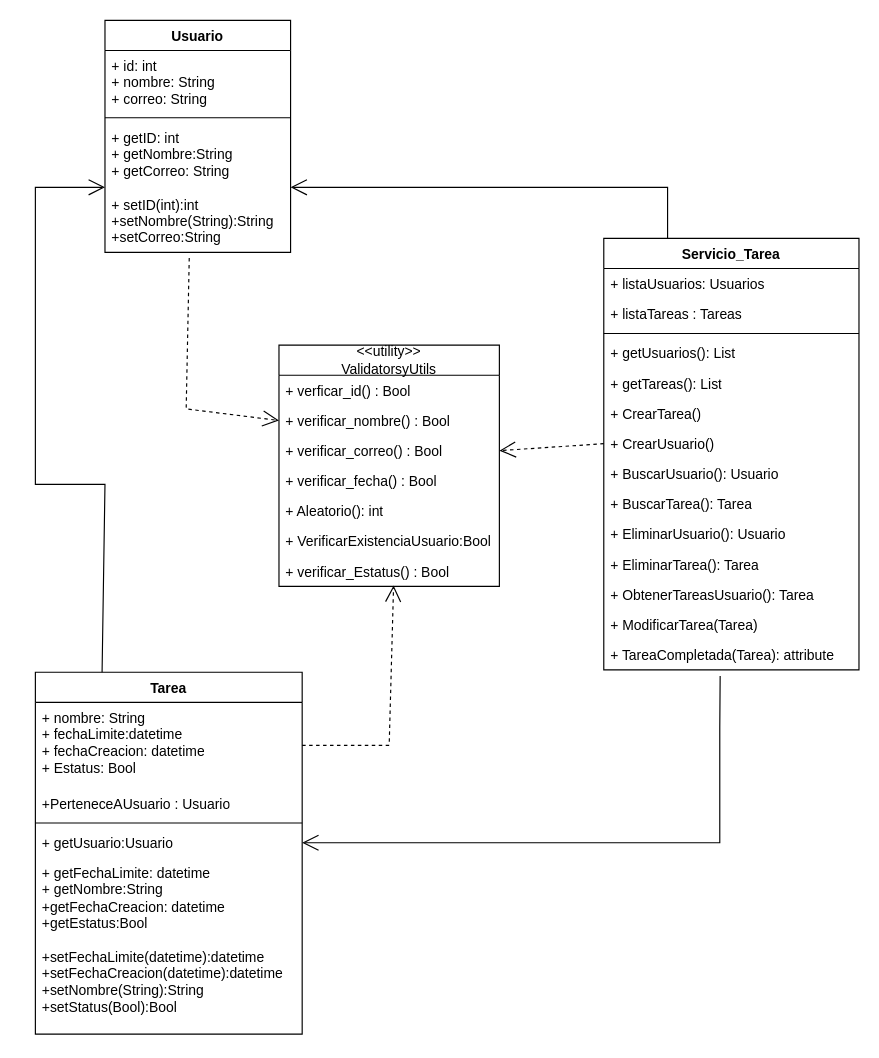
This is EnvYDocker/TaskManager/UMLTask.drawio from Sergio09XJ/Python-Intermedio-Avanzado, a draw.io file, before an edit. Source tidied: cells renumbered, new cells numbered last; positions are measured from the earlier drawing's top-left corner, leaving out a move shared by most shapes. Both pictures are drawn from the tidied source at 116%, with x=0, y=0 at pixel (35, 20).
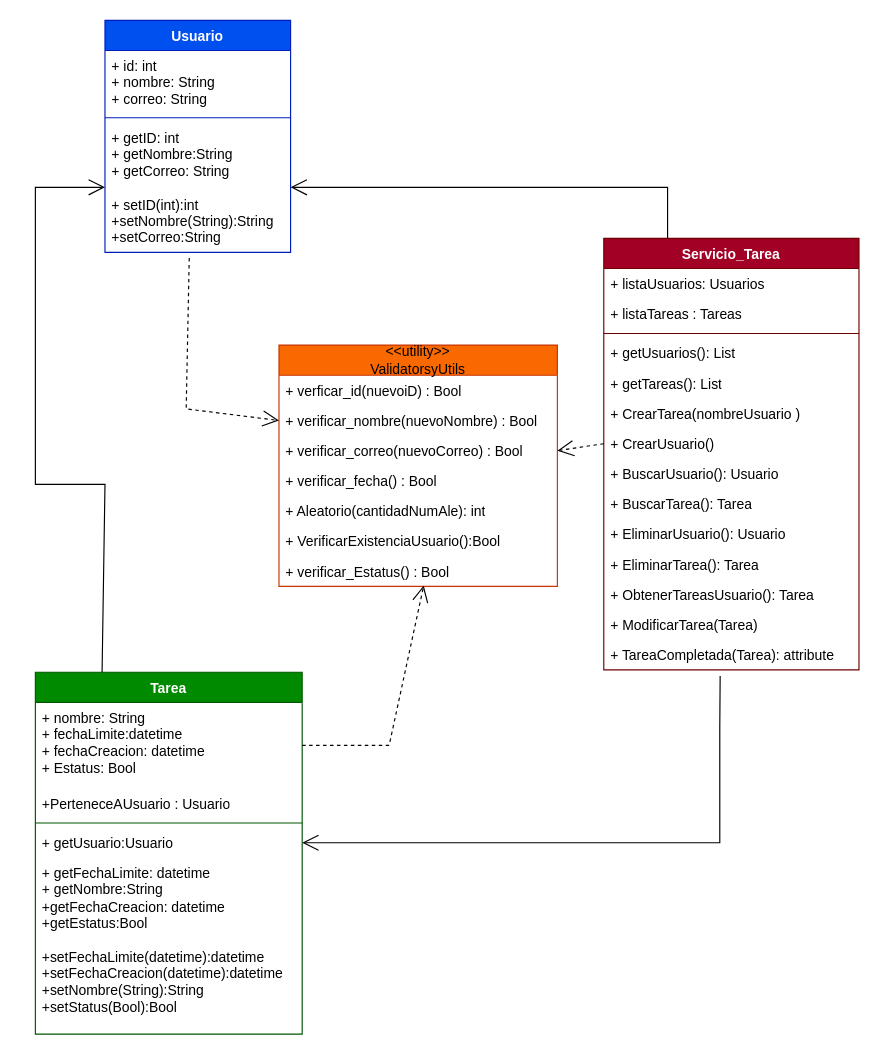
After the change.

Diff of the diagram source:
```diff
@@
-    <mxCell id="2" value="Usuario" style="swimlane;fontStyle=1;align=center;verticalAlign=top;horizontal=1;startSize=26;whiteSpace=wrap;html=1;" parent="1" vertex="1">
+    <mxCell id="2" value="Usuario" style="swimlane;fontStyle=1;align=center;verticalAlign=top;horizontal=1;startSize=26;whiteSpace=wrap;html=1;fillColor=#0050ef;fontColor=#ffffff;strokeColor=#001DBC;" parent="1" vertex="1">
       <mxGeometry x="60" width="160" height="200" as="geometry" />
     </mxCell>
@@
-    <mxCell id="6" value="Tarea" style="swimlane;fontStyle=1;align=center;verticalAlign=top;horizontal=1;startSize=26;whiteSpace=wrap;html=1;" parent="1" vertex="1">
+    <mxCell id="6" value="Tarea" style="swimlane;fontStyle=1;align=center;verticalAlign=top;horizontal=1;startSize=26;whiteSpace=wrap;html=1;fillColor=#008a00;fontColor=#ffffff;strokeColor=#005700;" parent="1" vertex="1">
       <mxGeometry y="562" width="230" height="312" as="geometry" />
     </mxCell>
@@
-    <mxCell id="12" value="&lt;div&gt;&amp;lt;&amp;lt;utility&amp;gt;&amp;gt;&lt;/div&gt;ValidatorsyUtils" style="swimlane;fontStyle=0;horizontal=1;startSize=26;fillColor=none;whiteSpace=wrap;html=1;" parent="1" vertex="1">
-      <mxGeometry x="210" y="280" width="190" height="208" as="geometry" />
+    <mxCell id="12" value="&lt;div&gt;&amp;lt;&amp;lt;utility&amp;gt;&amp;gt;&lt;/div&gt;ValidatorsyUtils" style="swimlane;fontStyle=0;horizontal=1;startSize=26;fillColor=#fa6800;whiteSpace=wrap;html=1;fontColor=#000000;strokeColor=#C73500;" parent="1" vertex="1">
+      <mxGeometry x="210" y="280" width="240" height="208" as="geometry" />
     </mxCell>
-    <mxCell id="13" value="+ verficar_id() : Bool" style="text;strokeColor=none;fillColor=none;align=left;verticalAlign=top;spacingLeft=4;spacingRight=4;overflow=hidden;whiteSpace=wrap;html=1;" parent="12" vertex="1">
-      <mxGeometry y="26" width="190" height="26" as="geometry" />
+    <mxCell id="13" value="+ verficar_id(nuevoiD) : Bool" style="text;strokeColor=none;fillColor=none;align=left;verticalAlign=top;spacingLeft=4;spacingRight=4;overflow=hidden;whiteSpace=wrap;html=1;" parent="12" vertex="1">
+      <mxGeometry y="26" width="240" height="26" as="geometry" />
     </mxCell>
-    <mxCell id="14" value="+ verificar_nombre() : Bool" style="text;strokeColor=none;fillColor=none;align=left;verticalAlign=top;spacingLeft=4;spacingRight=4;overflow=hidden;points=[[0,0.5],[1,0.5]];portConstraint=eastwest;whiteSpace=wrap;html=1;" parent="12" vertex="1">
-      <mxGeometry y="52" width="190" height="26" as="geometry" />
+    <mxCell id="14" value="+ verificar_nombre(nuevoNombre) : Bool" style="text;strokeColor=none;fillColor=none;align=left;verticalAlign=top;spacingLeft=4;spacingRight=4;overflow=hidden;points=[[0,0.5],[1,0.5]];portConstraint=eastwest;whiteSpace=wrap;html=1;" parent="12" vertex="1">
+      <mxGeometry y="52" width="240" height="26" as="geometry" />
     </mxCell>
-    <mxCell id="15" value="+ verificar_correo() : Bool" style="text;strokeColor=none;fillColor=none;align=left;verticalAlign=top;spacingLeft=4;spacingRight=4;overflow=hidden;points=[[0,0.5],[1,0.5]];portConstraint=eastwest;whiteSpace=wrap;html=1;" parent="12" vertex="1">
-      <mxGeometry y="78" width="190" height="26" as="geometry" />
+    <mxCell id="15" value="+ verificar_correo(nuevoCorreo) : Bool" style="text;strokeColor=none;fillColor=none;align=left;verticalAlign=top;spacingLeft=4;spacingRight=4;overflow=hidden;points=[[0,0.5],[1,0.5]];portConstraint=eastwest;whiteSpace=wrap;html=1;" parent="12" vertex="1">
+      <mxGeometry y="78" width="240" height="26" as="geometry" />
     </mxCell>
     <mxCell id="16" value="+ verificar_fecha() : Bool" style="text;strokeColor=none;fillColor=none;align=left;verticalAlign=top;spacingLeft=4;spacingRight=4;overflow=hidden;whiteSpace=wrap;html=1;" parent="12" vertex="1">
-      <mxGeometry y="104" width="190" height="26" as="geometry" />
+      <mxGeometry y="104" width="240" height="26" as="geometry" />
     </mxCell>
-    <mxCell id="17" value="+ Aleatorio(): int" style="text;strokeColor=none;fillColor=none;align=left;verticalAlign=top;spacingLeft=4;spacingRight=4;overflow=hidden;whiteSpace=wrap;html=1;" parent="12" vertex="1">
-      <mxGeometry y="130" width="190" height="26" as="geometry" />
+    <mxCell id="17" value="+ Aleatorio(cantidadNumAle): int" style="text;strokeColor=none;fillColor=none;align=left;verticalAlign=top;spacingLeft=4;spacingRight=4;overflow=hidden;whiteSpace=wrap;html=1;" parent="12" vertex="1">
+      <mxGeometry y="130" width="240" height="26" as="geometry" />
     </mxCell>
-    <mxCell id="18" value="+ VerificarExistenciaUsuario:Bool" style="text;strokeColor=none;fillColor=none;align=left;verticalAlign=top;spacingLeft=4;spacingRight=4;overflow=hidden;whiteSpace=wrap;html=1;" parent="12" vertex="1">
-      <mxGeometry y="156" width="190" height="26" as="geometry" />
+    <mxCell id="18" value="+ VerificarExistenciaUsuario():Bool" style="text;strokeColor=none;fillColor=none;align=left;verticalAlign=top;spacingLeft=4;spacingRight=4;overflow=hidden;whiteSpace=wrap;html=1;" parent="12" vertex="1">
+      <mxGeometry y="156" width="240" height="26" as="geometry" />
     </mxCell>
     <mxCell id="19" value="+ verificar_Estatus() : Bool&amp;nbsp;" style="text;strokeColor=none;fillColor=none;align=left;verticalAlign=top;spacingLeft=4;spacingRight=4;overflow=hidden;points=[[0,0.5],[1,0.5]];portConstraint=eastwest;whiteSpace=wrap;html=1;" parent="12" vertex="1">
-      <mxGeometry y="182" width="190" height="26" as="geometry" />
+      <mxGeometry y="182" width="240" height="26" as="geometry" />
     </mxCell>
-    <mxCell id="20" value="Servicio_Tarea" style="swimlane;fontStyle=1;align=center;verticalAlign=top;horizontal=1;startSize=26;whiteSpace=wrap;html=1;" parent="1" vertex="1">
+    <mxCell id="20" value="Servicio_Tarea" style="swimlane;fontStyle=1;align=center;verticalAlign=top;horizontal=1;startSize=26;whiteSpace=wrap;html=1;fillColor=#a20025;fontColor=#ffffff;strokeColor=#6F0000;" parent="1" vertex="1">
       <mxGeometry x="490" y="188" width="220" height="372" as="geometry" />
     </mxCell>
@@
-    <mxCell id="26" value="+ CrearTarea()" style="text;strokeColor=none;fillColor=none;align=left;verticalAlign=top;spacingLeft=4;spacingRight=4;overflow=hidden;whiteSpace=wrap;html=1;" parent="20" vertex="1">
+    <mxCell id="26" value="+ CrearTarea(nombreUsuario )" style="text;strokeColor=none;fillColor=none;align=left;verticalAlign=top;spacingLeft=4;spacingRight=4;overflow=hidden;whiteSpace=wrap;html=1;" parent="20" vertex="1">
       <mxGeometry y="138" width="220" height="26" as="geometry" />
     </mxCell>
```
